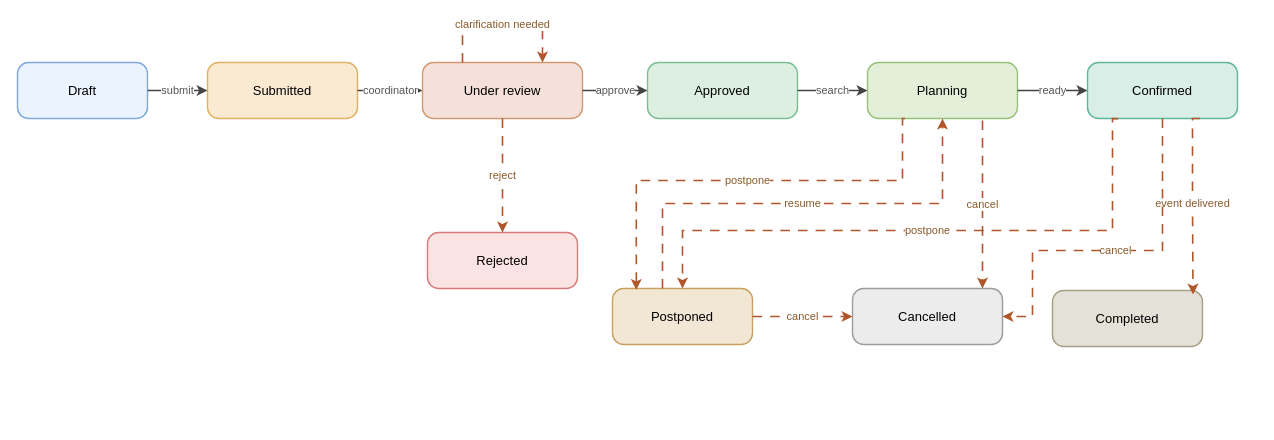
This is docs/ConnectSphere_Status_Lifecycle.drawio from kchoongg/IS212, a draw.io file, before an edit. Source tidied: cells renumbered, new cells numbered last; positions are measured from the earlier drawing's top-left corner, leaving out a move shared by most shapes. Both pictures are drawn from the tidied source at 100%, with x=0, y=0 at pixel (17, 24).
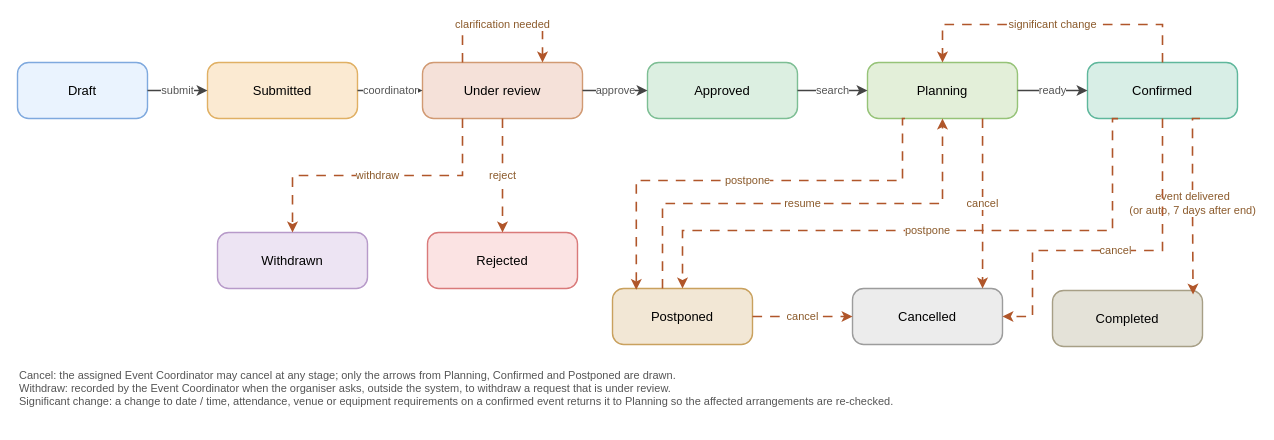
The same diagram, later.

Commit message (it also covers changes not shown here):
Align BPMN and status lifecycle with customer clarifications

Unchanged cells that the change refers to:
```xml
<mxCell id="4" value="Under review" style="rounded=1;arcSize=20;whiteSpace=wrap;html=1;fontSize=13;strokeWidth=1.4;fillColor=#F5E1D9;strokeColor=#D19A73;" parent="1" vertex="1">
  <mxGeometry x="405" y="38" width="160" height="56" as="geometry" />
</mxCell>
<mxCell id="7" value="Planning" style="rounded=1;arcSize=20;whiteSpace=wrap;html=1;fontSize=13;strokeWidth=1.4;fillColor=#E3EFD9;strokeColor=#96C378;" parent="1" vertex="1">
  <mxGeometry x="850" y="38" width="150" height="56" as="geometry" />
</mxCell>
<mxCell id="8" value="Confirmed" style="rounded=1;arcSize=20;whiteSpace=wrap;html=1;fontSize=13;strokeWidth=1.4;fillColor=#D8EEE6;strokeColor=#5FB79C;" parent="1" vertex="1">
  <mxGeometry x="1070" y="38" width="150" height="56" as="geometry" />
</mxCell>
<mxCell id="9" value="Completed" style="rounded=1;arcSize=20;whiteSpace=wrap;html=1;fontSize=13;strokeWidth=1.4;fillColor=#E4E2D8;strokeColor=#A79F86;" parent="1" vertex="1">
  <mxGeometry x="1035" y="266" width="150" height="56" as="geometry" />
</mxCell>
<mxCell id="10" value="Cancelled" style="rounded=1;arcSize=20;whiteSpace=wrap;html=1;fontSize=13;strokeWidth=1.4;fillColor=#ECECEC;strokeColor=#9C9C9C;" parent="1" vertex="1">
  <mxGeometry x="835" y="264" width="150" height="56" as="geometry" />
</mxCell>
```

Diff of the diagram source:
```diff
@@
+    <mxCell id="26" value="Withdrawn" style="rounded=1;arcSize=20;whiteSpace=wrap;html=1;fontSize=13;strokeWidth=1.4;fillColor=#EDE4F3;strokeColor=#B79AC9;" parent="1" vertex="1">
+      <mxGeometry x="200" y="208" width="150" height="56" as="geometry" />
+    </mxCell>
+    <mxCell id="27" value="Cancel: the assigned Event Coordinator may cancel at any stage; only the arrows from Planning, Confirmed and Postponed are drawn.&#10;Withdraw: recorded by the Event Coordinator when the organiser asks, outside the system, to withdraw a request that is under review.&#10;Significant change: a change to date / time, attendance, venue or equipment requirements on a confirmed event returns it to Planning so the affected arrangements are re-checked." style="text;html=1;whiteSpace=wrap;align=left;verticalAlign=top;fontSize=11;fontColor=#555555;strokeColor=none;fillColor=none;" parent="1" vertex="1">
+      <mxGeometry y="338" width="1100" height="60" as="geometry" />
+    </mxCell>
@@
-    <mxCell id="19" value="event delivered" style="edgeStyle=orthogonalEdgeStyle;rounded=0;html=1;strokeColor=#B0562A;strokeWidth=1.6;dashed=1;dashPattern=6 5;fontSize=11;fontColor=#8B5A2B;jettySize=auto;exitX=0.75;exitY=1;exitDx=0;exitDy=0;entryX=0.937;entryY=0.072;entryDx=0;entryDy=0;entryPerimeter=0;" parent="1" edge="1" source="8" target="9">
+    <mxCell id="19" value="event delivered&#10;(or auto, 7 days after end)" style="edgeStyle=orthogonalEdgeStyle;rounded=0;html=1;strokeColor=#B0562A;strokeWidth=1.6;dashed=1;dashPattern=6 5;fontSize=11;fontColor=#8B5A2B;jettySize=auto;exitX=0.75;exitY=1;exitDx=0;exitDy=0;entryX=0.937;entryY=0.072;entryDx=0;entryDy=0;entryPerimeter=0;" parent="1" edge="1" source="8" target="9">
       <mxGeometry relative="1" as="geometry">
         <Array as="points">
           <mxPoint x="1175" y="94" />
           <mxPoint x="1175" y="180" />
         </Array>
       </mxGeometry>
     </mxCell>
-    <mxCell id="20" value="cancel" style="edgeStyle=orthogonalEdgeStyle;rounded=0;html=1;strokeColor=#B0562A;strokeWidth=1.6;dashed=1;dashPattern=6 5;fontSize=11;fontColor=#8B5A2B;jettySize=auto;" parent="1" edge="1" target="10">
+    <mxCell id="20" value="cancel" style="edgeStyle=orthogonalEdgeStyle;rounded=0;html=1;strokeColor=#B0562A;strokeWidth=1.6;dashed=1;dashPattern=6 5;fontSize=11;fontColor=#8B5A2B;jettySize=auto;exitX=0.767;exitY=1;exitDx=0;exitDy=0;entryX=0.867;entryY=0;entryDx=0;entryDy=0;" parent="1" edge="1" source="7" target="10">
       <mxGeometry relative="1" as="geometry">
-        <mxPoint x="965" y="96" as="sourcePoint" />
         <Array as="points">
           <mxPoint x="965" y="216" />
           <mxPoint x="965" y="216" />
         </Array>
       </mxGeometry>
     </mxCell>
@@
+    <mxCell id="28" value="withdraw" style="edgeStyle=orthogonalEdgeStyle;rounded=0;html=1;strokeColor=#B0562A;strokeWidth=1.6;dashed=1;dashPattern=6 5;fontSize=11;fontColor=#8B5A2B;jettySize=auto;exitX=0.25;exitY=1;exitDx=0;exitDy=0;entryX=0.5;entryY=0;entryDx=0;entryDy=0;" parent="1" edge="1" source="4" target="26">
+      <mxGeometry relative="1" as="geometry">
+        <Array as="points">
+          <mxPoint x="445" y="151" />
+          <mxPoint x="275" y="151" />
+        </Array>
+      </mxGeometry>
+    </mxCell>
+    <mxCell id="29" value="significant change" style="edgeStyle=orthogonalEdgeStyle;rounded=0;html=1;strokeColor=#B0562A;strokeWidth=1.6;dashed=1;dashPattern=6 5;fontSize=11;fontColor=#8B5A2B;jettySize=auto;exitX=0.5;exitY=0;exitDx=0;exitDy=0;entryX=0.5;entryY=0;entryDx=0;entryDy=0;" parent="1" edge="1" source="8" target="7">
+      <mxGeometry relative="1" as="geometry">
+        <Array as="points">
+          <mxPoint x="1145" />
+          <mxPoint x="925" />
+        </Array>
+      </mxGeometry>
+    </mxCell>
```
